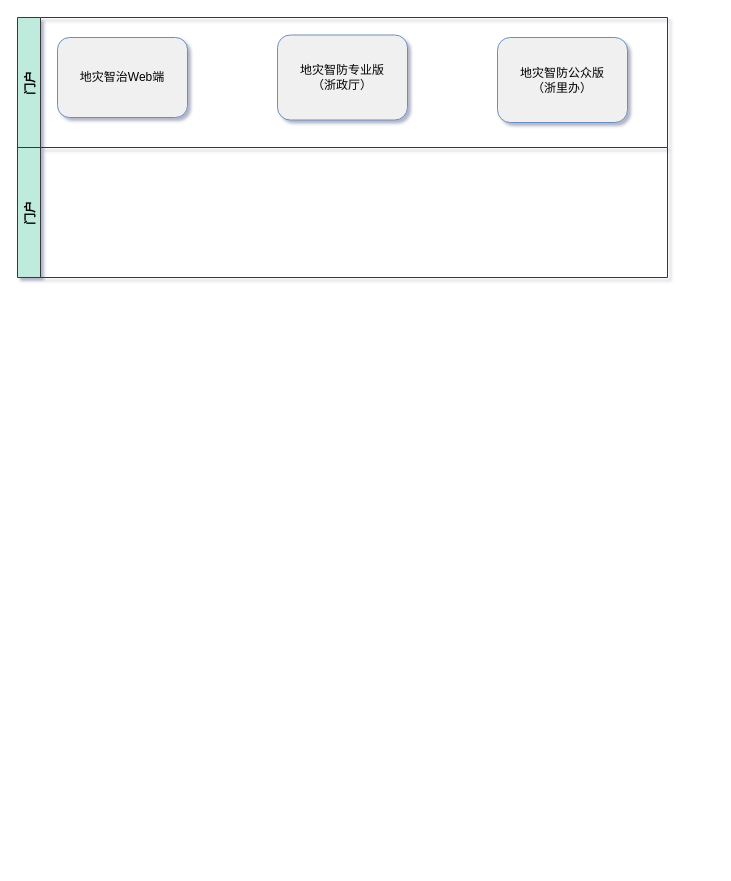
Earlier version of the draw.io diagram Untitled Diagram.drawio (shoacom/docs). Source tidied: cells renumbered, new cells numbered last; positions are measured from the earlier drawing's top-left corner, leaving out a move shared by most shapes. Both pictures are drawn from the tidied source at 100%, with x=0, y=0 at pixel (17, 17).
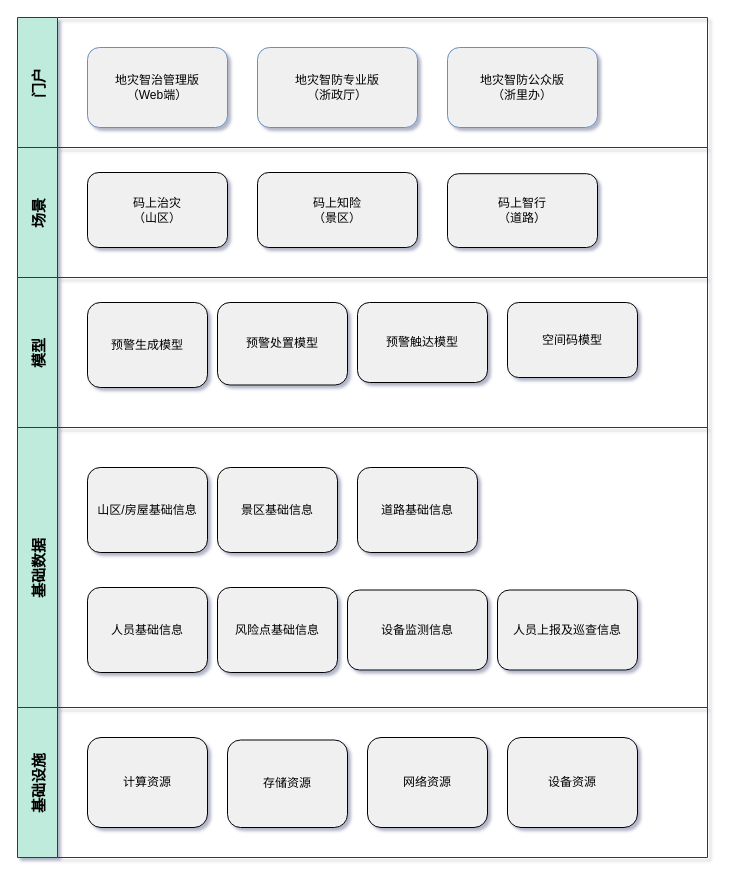
After the change.

Change to the diagram source:
```diff
@@
-    <mxCell id="2" value="门户" style="swimlane;horizontal=0;strokeColor=#36393d;fillColor=#BEEBDC;fontColor=default;" parent="1" vertex="1">
-      <mxGeometry width="650" height="130" as="geometry" />
+    <mxCell id="2" value="门户" style="swimlane;horizontal=0;strokeColor=#36393d;fillColor=#BEEBDC;fontColor=default;startSize=40;fontSize=15;" parent="1" vertex="1">
+      <mxGeometry width="690" height="130" as="geometry" />
     </mxCell>
-    <mxCell id="3" value="地灾智治Web端" style="rounded=1;whiteSpace=wrap;html=1;strokeColor=#6c8ebf;fillColor=#F0F0F0;fontColor=default;" parent="2" vertex="1">
-      <mxGeometry x="40" y="20" width="130" height="80" as="geometry" />
+    <mxCell id="3" value="地灾智治管理版&lt;br&gt;（Web端）" style="rounded=1;whiteSpace=wrap;html=1;strokeColor=#6c8ebf;fillColor=#F0F0F0;fontColor=default;" parent="2" vertex="1">
+      <mxGeometry x="70" y="30" width="140" height="80" as="geometry" />
     </mxCell>
     <mxCell id="4" value="地灾智防专业版&lt;br&gt;（浙政厅）" style="rounded=1;whiteSpace=wrap;html=1;strokeColor=#6c8ebf;fillColor=#F0F0F0;fontColor=default;" parent="2" vertex="1">
-      <mxGeometry x="260" y="17.5" width="130" height="85" as="geometry" />
+      <mxGeometry x="240" y="30" width="160" height="80" as="geometry" />
     </mxCell>
     <mxCell id="5" value="地灾智防公众版&lt;br&gt;（浙里办）" style="rounded=1;whiteSpace=wrap;html=1;strokeColor=#6c8ebf;fillColor=#F0F0F0;fontColor=default;" parent="2" vertex="1">
-      <mxGeometry x="480" y="20" width="130" height="85" as="geometry" />
+      <mxGeometry x="430" y="30" width="150" height="80" as="geometry" />
     </mxCell>
-    <mxCell id="6" value="门户" style="swimlane;horizontal=0;strokeColor=#36393d;fillColor=#BEEBDC;fontColor=default;" parent="1" vertex="1">
-      <mxGeometry y="130" width="650" height="130" as="geometry" />
+    <mxCell id="6" value="场景" style="swimlane;horizontal=0;strokeColor=#36393d;fillColor=#BEEBDC;fontColor=default;startSize=40;fontSize=15;" parent="1" vertex="1">
+      <mxGeometry y="130" width="690" height="130" as="geometry" />
     </mxCell>
+    <mxCell id="7" value="码上治灾&lt;br&gt;（山区）" style="rounded=1;whiteSpace=wrap;html=1;fontColor=default;strokeColor=default;fillColor=#F0F0F0;" parent="6" vertex="1">
+      <mxGeometry x="70" y="25" width="140" height="75" as="geometry" />
+    </mxCell>
+    <mxCell id="8" value="码上知险&lt;br&gt;（景区）" style="rounded=1;whiteSpace=wrap;html=1;fontColor=default;strokeColor=default;fillColor=#F0F0F0;" parent="6" vertex="1">
+      <mxGeometry x="240" y="25" width="160" height="75" as="geometry" />
+    </mxCell>
+    <mxCell id="9" value="码上智行&lt;br&gt;（道路）" style="rounded=1;whiteSpace=wrap;html=1;fontColor=default;strokeColor=default;fillColor=#F0F0F0;" parent="6" vertex="1">
+      <mxGeometry x="430" y="26.2" width="150" height="73.8" as="geometry" />
+    </mxCell>
+    <mxCell id="10" value="模型" style="swimlane;horizontal=0;strokeColor=#36393d;fillColor=#BEEBDC;fontColor=default;fontSize=15;startSize=40;verticalAlign=middle;align=center;labelPosition=center;verticalLabelPosition=middle;fontStyle=1;textDirection=ltr;" parent="1" vertex="1">
+      <mxGeometry y="260" width="690" height="150" as="geometry" />
+    </mxCell>
+    <mxCell id="11" value="预警生成模型" style="rounded=1;whiteSpace=wrap;html=1;fontColor=default;strokeColor=default;fillColor=#F0F0F0;" parent="10" vertex="1">
+      <mxGeometry x="70" y="25" width="120" height="85" as="geometry" />
+    </mxCell>
+    <mxCell id="12" value="预警处置模型" style="rounded=1;whiteSpace=wrap;html=1;fontColor=default;strokeColor=default;fillColor=#F0F0F0;" parent="10" vertex="1">
+      <mxGeometry x="200" y="25" width="130" height="82.5" as="geometry" />
+    </mxCell>
+    <mxCell id="13" value="预警触达模型" style="rounded=1;whiteSpace=wrap;html=1;fontColor=default;strokeColor=default;fillColor=#F0F0F0;" parent="10" vertex="1">
+      <mxGeometry x="340" y="25" width="130" height="80" as="geometry" />
+    </mxCell>
+    <mxCell id="14" value="空间码模型" style="rounded=1;whiteSpace=wrap;html=1;fontColor=default;strokeColor=default;fillColor=#F0F0F0;" parent="10" vertex="1">
+      <mxGeometry x="490" y="25" width="130" height="75" as="geometry" />
+    </mxCell>
+    <mxCell id="15" value="基础数据" style="swimlane;horizontal=0;strokeColor=#36393d;fillColor=#BEEBDC;fontColor=default;fontSize=15;startSize=40;verticalAlign=middle;align=center;labelPosition=center;verticalLabelPosition=middle;fontStyle=1;textDirection=ltr;" parent="1" vertex="1">
+      <mxGeometry y="410" width="690" height="280" as="geometry" />
+    </mxCell>
+    <mxCell id="16" value="人员基础信息" style="rounded=1;whiteSpace=wrap;html=1;fontColor=default;strokeColor=default;fillColor=#F0F0F0;" parent="15" vertex="1">
+      <mxGeometry x="70" y="160" width="120" height="85" as="geometry" />
+    </mxCell>
+    <mxCell id="17" value="风险点基础信息" style="rounded=1;whiteSpace=wrap;html=1;fontColor=default;strokeColor=default;fillColor=#F0F0F0;" parent="15" vertex="1">
+      <mxGeometry x="200" y="160" width="120" height="85" as="geometry" />
+    </mxCell>
+    <mxCell id="18" value="设备监测信息" style="rounded=1;whiteSpace=wrap;html=1;fontColor=default;strokeColor=default;fillColor=#F0F0F0;" parent="15" vertex="1">
+      <mxGeometry x="330" y="162.5" width="140" height="80" as="geometry" />
+    </mxCell>
+    <mxCell id="19" value="人员上报及巡查信息" style="rounded=1;whiteSpace=wrap;html=1;fontColor=default;strokeColor=default;fillColor=#F0F0F0;" parent="15" vertex="1">
+      <mxGeometry x="480" y="162.5" width="140" height="80" as="geometry" />
+    </mxCell>
+    <mxCell id="20" value="山区/房屋基础信息" style="rounded=1;whiteSpace=wrap;html=1;fontColor=default;strokeColor=default;fillColor=#F0F0F0;" parent="15" vertex="1">
+      <mxGeometry x="70" y="40" width="120" height="85" as="geometry" />
+    </mxCell>
+    <mxCell id="21" value="景区基础信息" style="rounded=1;whiteSpace=wrap;html=1;fontColor=default;strokeColor=default;fillColor=#F0F0F0;" parent="15" vertex="1">
+      <mxGeometry x="200" y="40" width="120" height="85" as="geometry" />
+    </mxCell>
+    <mxCell id="22" value="道路基础信息" style="rounded=1;whiteSpace=wrap;html=1;fontColor=default;strokeColor=default;fillColor=#F0F0F0;" parent="15" vertex="1">
+      <mxGeometry x="340" y="40" width="120" height="85" as="geometry" />
+    </mxCell>
+    <mxCell id="23" value="基础设施" style="swimlane;horizontal=0;strokeColor=#36393d;fillColor=#BEEBDC;fontColor=default;fontSize=15;startSize=40;verticalAlign=middle;align=center;labelPosition=center;verticalLabelPosition=middle;fontStyle=1;textDirection=ltr;" parent="1" vertex="1">
+      <mxGeometry y="690" width="690" height="150" as="geometry" />
+    </mxCell>
+    <mxCell id="24" value="计算资源" style="rounded=1;whiteSpace=wrap;html=1;fontColor=default;strokeColor=default;fillColor=#F0F0F0;" parent="23" vertex="1">
+      <mxGeometry x="70" y="30" width="120" height="90" as="geometry" />
+    </mxCell>
+    <mxCell id="25" value="存储资源" style="rounded=1;whiteSpace=wrap;html=1;fontColor=default;strokeColor=default;fillColor=#F0F0F0;" parent="23" vertex="1">
+      <mxGeometry x="210" y="32.5" width="120" height="87.5" as="geometry" />
+    </mxCell>
+    <mxCell id="26" value="网络资源" style="rounded=1;whiteSpace=wrap;html=1;fontColor=default;strokeColor=default;fillColor=#F0F0F0;" parent="23" vertex="1">
+      <mxGeometry x="350" y="30" width="120" height="90" as="geometry" />
+    </mxCell>
+    <mxCell id="27" value="设备资源" style="rounded=1;whiteSpace=wrap;html=1;fontColor=default;strokeColor=default;fillColor=#F0F0F0;" parent="23" vertex="1">
+      <mxGeometry x="490" y="30" width="130" height="90" as="geometry" />
+    </mxCell>
```
